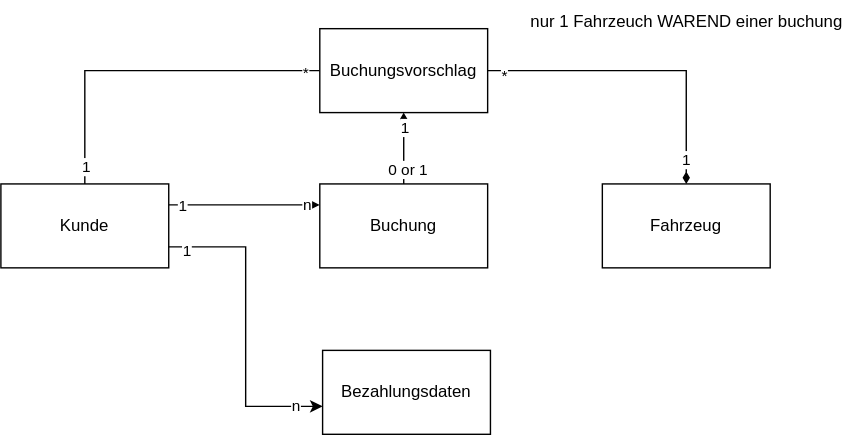
Earlier version of the draw.io export sw-eng-03.drawio.svg (MassimiIiano/software-eng-projects-uni). Source tidied: cells renumbered, new cells last; positions are measured from the earlier drawing's top-left corner, leaving out a move shared by most shapes.
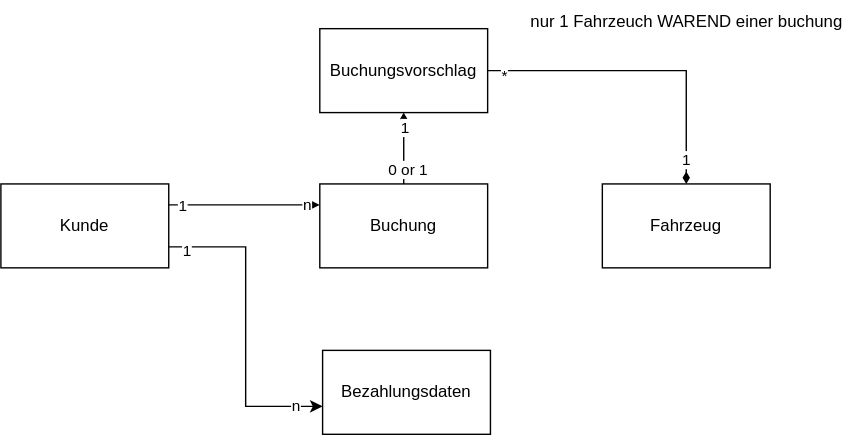
The same diagram one commit later.

The edit, as a diff of the source:
```diff
@@ -11,19 +11,6 @@
     <mxCell id="4" value="1" style="edgeLabel;html=1;align=center;verticalAlign=middle;" parent="2" vertex="1">
       <mxGeometry x="-0.84" relative="1" as="geometry" />
     </mxCell>
-    <mxCell id="5" style="edgeStyle=orthogonalEdgeStyle;rounded=0;jettySize=auto;html=1;endArrow=none;endFill=0;" parent="1" edge="1" source="8" target="22">
-      <mxGeometry relative="1" as="geometry">
-        <Array as="points">
-          <mxPoint x="60" y="50" />
-        </Array>
-      </mxGeometry>
-    </mxCell>
-    <mxCell id="6" value="*" style="edgeLabel;html=1;align=center;verticalAlign=middle;" parent="5" vertex="1">
-      <mxGeometry x="0.91" y="-1" relative="1" as="geometry" />
-    </mxCell>
-    <mxCell id="7" value="1" style="edgeLabel;html=1;align=center;verticalAlign=middle;" parent="5" vertex="1">
-      <mxGeometry x="-0.9" relative="1" as="geometry" />
-    </mxCell>
     <mxCell id="8" value="&lt;div&gt;Kunde&lt;/div&gt;" style="rounded=0;whiteSpace=wrap;html=1;" parent="1" vertex="1">
       <mxGeometry y="131" width="120" height="60" as="geometry" />
     </mxCell>
```
